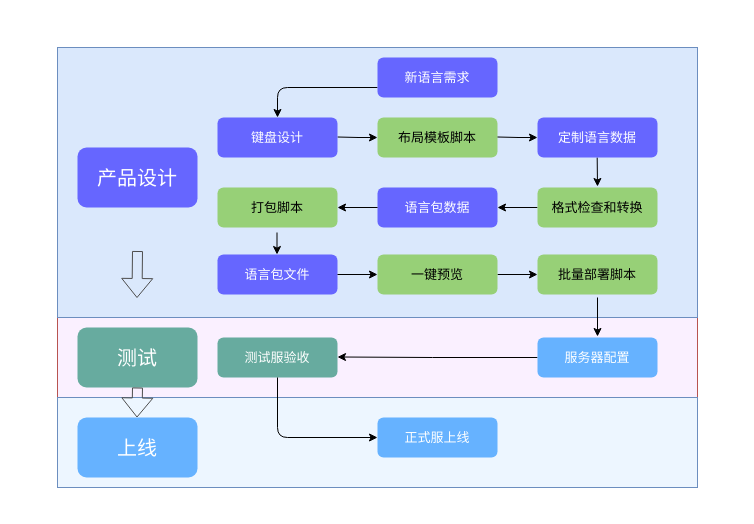
Before: layout-editor/布局编辑器.drawio in chonglv/charts, a draw.io diagram. Source tidied: cells renumbered, new cells numbered last; positions are measured from the earlier drawing's top-left corner, leaving out a move shared by most shapes. Both pictures are drawn from the tidied source at 100%, with x=0, y=0 at pixel (17, 17).
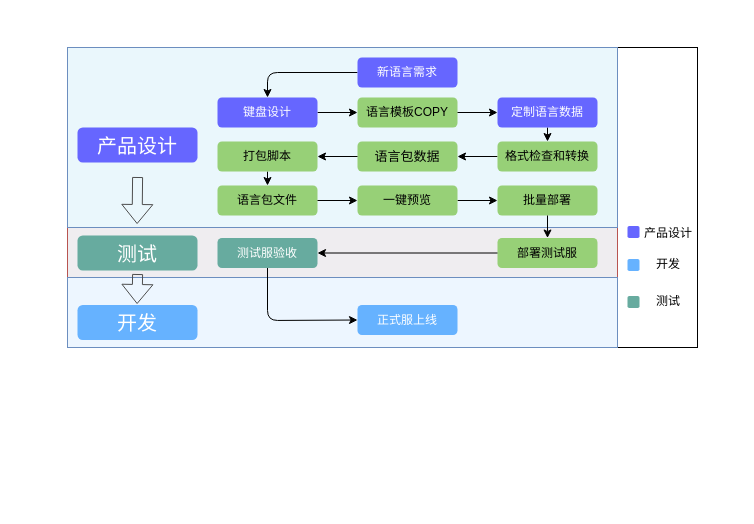
The same diagram, later.

Commit message:
Update 布局编辑器.drawio

Change to the diagram source:
```diff
@@
+    <mxCell id="36" style="rounded=0;whiteSpace=wrap;html=1;fontSize=12;fontColor=#000000;align=center;strokeColor=none;fillColor=none;" parent="1" vertex="1">
+      <mxGeometry x="30" y="10" width="670" height="340" as="geometry" />
+    </mxCell>
     <mxCell id="2" style="rounded=0;whiteSpace=wrap;html=1;shadow=0;gradientColor=none;fontSize=13;fontColor=#FFFFFF;fillColor=none;strokeColor=none;" parent="1" vertex="1">
-      <mxGeometry width="720" height="490" as="geometry" />
+      <mxGeometry x="40" y="20" width="650" height="320" as="geometry" />
     </mxCell>
+    <mxCell id="37" style="rounded=0;whiteSpace=wrap;html=1;" parent="1" vertex="1">
+      <mxGeometry x="600" y="30" width="80" height="300" as="geometry" />
+    </mxCell>
-    <mxCell id="3" style="rounded=0;whiteSpace=wrap;html=1;shadow=0;fontSize=13;strokeColor=#b85450;fillColor=#FAF0FF;" parent="1" vertex="1">
-      <mxGeometry x="40" y="250" width="640" height="130" as="geometry" />
+    <mxCell id="3" style="rounded=0;whiteSpace=wrap;html=1;shadow=0;fontSize=13;strokeColor=#b85450;fillColor=#EFEDF0;" parent="1" vertex="1">
+      <mxGeometry x="50" y="210" width="550" height="50" as="geometry" />
     </mxCell>
-    <mxCell id="4" style="rounded=0;whiteSpace=wrap;html=1;fontSize=13;shadow=0;fillColor=#dae8fc;strokeColor=#6c8ebf;" parent="1" vertex="1">
-      <mxGeometry x="40" y="30" width="640" height="270" as="geometry" />
+    <mxCell id="4" style="rounded=0;whiteSpace=wrap;html=1;fontSize=13;shadow=0;strokeColor=#6c8ebf;fillColor=#EAF7FC;" parent="1" vertex="1">
+      <mxGeometry x="50" y="30" width="550" height="180" as="geometry" />
     </mxCell>
-    <mxCell id="5" style="edgeStyle=orthogonalEdgeStyle;rounded=0;orthogonalLoop=1;jettySize=auto;html=1;" parent="1" edge="1">
-      <mxGeometry relative="1" as="geometry">
-        <mxPoint x="259.5" y="215" as="sourcePoint" />
-        <mxPoint x="259.5" y="237" as="targetPoint" />
-      </mxGeometry>
+    <mxCell id="5" style="edgeStyle=orthogonalEdgeStyle;rounded=0;jettySize=auto;html=1;exitX=0.5;exitY=1;exitDx=0;exitDy=0;entryX=0.5;entryY=0;entryDx=0;entryDy=0;" parent="1" edge="1" source="15" target="18">
+      <mxGeometry relative="1" as="geometry" />
     </mxCell>
-    <mxCell id="6" style="edgeStyle=orthogonalEdgeStyle;rounded=0;jettySize=auto;html=1;entryX=0;entryY=0.5;entryDx=0;entryDy=0;" parent="1" edge="1" target="13">
-      <mxGeometry relative="1" as="geometry">
-        <mxPoint x="320" y="119.5" as="sourcePoint" />
-      </mxGeometry>
+    <mxCell id="6" style="edgeStyle=orthogonalEdgeStyle;rounded=0;jettySize=auto;html=1;entryX=0;entryY=0.5;entryDx=0;entryDy=0;exitX=1;exitY=0.5;exitDx=0;exitDy=0;" parent="1" edge="1" source="12" target="13">
+      <mxGeometry relative="1" as="geometry" />
     </mxCell>
-    <mxCell id="7" style="endArrow=classic;html=1;exitX=0;exitY=0.5;exitDx=0;exitDy=0;entryX=0.5;entryY=0;entryDx=0;entryDy=0;" parent="1" edge="1">
+    <mxCell id="7" style="endArrow=classic;html=1;exitX=0;exitY=0.5;exitDx=0;exitDy=0;entryX=0.5;entryY=0;entryDx=0;entryDy=0;" parent="1" edge="1" source="11" target="12">
       <mxGeometry relative="1" as="geometry">
-        <mxPoint x="360" y="70" as="sourcePoint" />
-        <mxPoint x="260" y="100" as="targetPoint" />
         <Array as="points">
-          <mxPoint x="260" y="70" />
+          <mxPoint x="250" y="55" />
         </Array>
       </mxGeometry>
     </mxCell>
-    <mxCell id="8" style="endArrow=classic;html=1;entryX=1;entryY=0.5;entryDx=0;entryDy=0;" parent="1" edge="1" target="20">
-      <mxGeometry relative="1" as="geometry">
-        <mxPoint x="520" y="190" as="sourcePoint" />
-      </mxGeometry>
+    <mxCell id="8" style="endArrow=classic;html=1;entryX=1;entryY=0.5;entryDx=0;entryDy=0;exitX=0;exitY=0.5;exitDx=0;exitDy=0;" parent="1" edge="1" source="14" target="20">
+      <mxGeometry relative="1" as="geometry" />
     </mxCell>
-    <mxCell id="9" style="endArrow=classic;html=1;" parent="1" edge="1">
-      <mxGeometry relative="1" as="geometry">
-        <mxPoint x="579.7" y="140" as="sourcePoint" />
-        <mxPoint x="580" y="169" as="targetPoint" />
-      </mxGeometry>
+    <mxCell id="9" style="endArrow=classic;html=1;exitX=0.5;exitY=1;exitDx=0;exitDy=0;entryX=0.5;entryY=0;entryDx=0;entryDy=0;" parent="1" edge="1" source="17" target="14">
+      <mxGeometry relative="1" as="geometry" />
     </mxCell>
-    <mxCell id="10" style="endArrow=classic;html=1;exitX=1;exitY=0.5;exitDx=0;exitDy=0;" parent="1" edge="1" source="19">
-      <mxGeometry relative="1" as="geometry">
-        <mxPoint x="520" y="257" as="targetPoint" />
-      </mxGeometry>
+    <mxCell id="10" style="endArrow=classic;html=1;exitX=1;exitY=0.5;exitDx=0;exitDy=0;" parent="1" edge="1" source="19" target="16">
+      <mxGeometry relative="1" as="geometry" />
     </mxCell>
-    <mxCell id="11" value="&lt;span style=&quot;font-size: 13px;&quot;&gt;新语言需求&lt;/span&gt;" style="rounded=1;whiteSpace=wrap;html=1;strokeColor=none;fontSize=13;fontColor=#FFFFFF;fillColor=#6666FF;" parent="1" vertex="1">
-      <mxGeometry x="360" y="40" width="120" height="40" as="geometry" />
+    <mxCell id="11" value="&lt;span style=&quot;font-size: 12px;&quot;&gt;新语言需求&lt;/span&gt;" style="rounded=1;whiteSpace=wrap;html=1;strokeColor=none;fontSize=12;fontColor=#FFFFFF;fillColor=#6666FF;" parent="1" vertex="1">
+      <mxGeometry x="340" y="40" width="100" height="30" as="geometry" />
     </mxCell>
-    <mxCell id="12" value="键盘设计" style="rounded=1;whiteSpace=wrap;html=1;fillColor=#6666FF;fontColor=#FFFFFF;strokeColor=none;fontSize=13;" parent="1" vertex="1">
-      <mxGeometry x="200" y="100" width="120" height="40" as="geometry" />
+    <mxCell id="12" value="键盘设计" style="rounded=1;whiteSpace=wrap;html=1;fillColor=#6666FF;fontColor=#FFFFFF;strokeColor=none;fontSize=12;" parent="1" vertex="1">
+      <mxGeometry x="200" y="80" width="100" height="30" as="geometry" />
     </mxCell>
-    <mxCell id="13" value="布局模板脚本" style="rounded=1;whiteSpace=wrap;html=1;fillColor=#97D077;strokeColor=none;fontSize=13;" parent="1" vertex="1">
-      <mxGeometry x="360" y="100" width="120" height="40" as="geometry" />
+    <mxCell id="13" value="语言模板COPY" style="rounded=1;whiteSpace=wrap;html=1;fillColor=#97D077;strokeColor=none;fontSize=12;" parent="1" vertex="1">
+      <mxGeometry x="340" y="80" width="100" height="30" as="geometry" />
     </mxCell>
-    <mxCell id="14" value="格式检查和转换" style="rounded=1;whiteSpace=wrap;html=1;fillColor=#97D077;strokeColor=none;fontSize=13;" parent="1" vertex="1">
-      <mxGeometry x="520" y="170" width="120" height="40" as="geometry" />
+    <mxCell id="14" value="格式检查和转换" style="rounded=1;whiteSpace=wrap;html=1;fillColor=#97D077;strokeColor=none;fontSize=12;" parent="1" vertex="1">
+      <mxGeometry x="480" y="124" width="100" height="30" as="geometry" />
     </mxCell>
-    <mxCell id="15" value="打包脚本" style="rounded=1;whiteSpace=wrap;html=1;fillColor=#97D077;strokeColor=none;fontSize=13;" parent="1" vertex="1">
-      <mxGeometry x="200" y="170" width="120" height="40" as="geometry" />
+    <mxCell id="15" value="打包脚本" style="rounded=1;whiteSpace=wrap;html=1;fillColor=#97D077;strokeColor=none;fontSize=12;" parent="1" vertex="1">
+      <mxGeometry x="200" y="124" width="100" height="30" as="geometry" />
     </mxCell>
-    <mxCell id="16" value="批量部署脚本" style="rounded=1;whiteSpace=wrap;html=1;fillColor=#97D077;strokeColor=none;fontSize=13;" parent="1" vertex="1">
-      <mxGeometry x="520" y="237" width="120" height="40" as="geometry" />
+    <mxCell id="16" value="批量部署" style="rounded=1;whiteSpace=wrap;html=1;fillColor=#97D077;strokeColor=none;fontSize=12;" parent="1" vertex="1">
+      <mxGeometry x="480" y="168" width="100" height="30" as="geometry" />
     </mxCell>
-    <mxCell id="17" value="定制语言数据" style="rounded=1;whiteSpace=wrap;html=1;strokeColor=none;fillColor=#6666FF;fontColor=#FFFFFF;fontSize=13;" parent="1" vertex="1">
-      <mxGeometry x="520" y="100" width="120" height="40" as="geometry" />
+    <mxCell id="17" value="定制语言数据" style="rounded=1;whiteSpace=wrap;html=1;strokeColor=none;fillColor=#6666FF;fontColor=#FFFFFF;fontSize=12;" parent="1" vertex="1">
+      <mxGeometry x="480" y="80" width="100" height="30" as="geometry" />
     </mxCell>
-    <mxCell id="18" value="语言包文件" style="rounded=1;whiteSpace=wrap;html=1;fillColor=#6666FF;strokeColor=none;fontColor=#FFFFFF;fontSize=13;" parent="1" vertex="1">
-      <mxGeometry x="200" y="237" width="120" height="40" as="geometry" />
+    <mxCell id="18" value="语言包文件" style="rounded=1;whiteSpace=wrap;html=1;strokeColor=none;fontSize=12;fillColor=#97D077;" parent="1" vertex="1">
+      <mxGeometry x="200" y="168" width="100" height="30" as="geometry" />
     </mxCell>
-    <mxCell id="19" value="一键预览" style="rounded=1;whiteSpace=wrap;html=1;fillColor=#97D077;strokeColor=none;fontSize=13;" parent="1" vertex="1">
-      <mxGeometry x="360" y="237" width="120" height="40" as="geometry" />
+    <mxCell id="19" value="一键预览" style="rounded=1;whiteSpace=wrap;html=1;fillColor=#97D077;strokeColor=none;fontSize=12;" parent="1" vertex="1">
+      <mxGeometry x="340" y="168" width="100" height="30" as="geometry" />
     </mxCell>
-    <mxCell id="20" value="语言包数据" style="rounded=1;whiteSpace=wrap;html=1;fontColor=#FFFFFF;strokeColor=none;fillColor=#6666FF;fontSize=13;" parent="1" vertex="1">
-      <mxGeometry x="360" y="170" width="120" height="40" as="geometry" />
+    <mxCell id="20" value="语言包数据" style="rounded=1;whiteSpace=wrap;html=1;strokeColor=none;fontSize=13;fillColor=#97D077;" parent="1" vertex="1">
+      <mxGeometry x="340" y="124" width="100" height="30" as="geometry" />
     </mxCell>
     <mxCell id="21" value="&lt;font style=&quot;font-size: 20px&quot;&gt;产品设计&lt;/font&gt;" style="rounded=1;whiteSpace=wrap;html=1;fontColor=#ffffff;fillColor=#6666FF;strokeColor=none;" parent="1" vertex="1">
-      <mxGeometry x="60" y="130" width="120" height="60" as="geometry" />
+      <mxGeometry x="60" y="110" width="120" height="35" as="geometry" />
     </mxCell>
-    <mxCell id="22" style="edgeStyle=orthogonalEdgeStyle;rounded=0;jettySize=auto;html=1;entryX=0;entryY=0.5;entryDx=0;entryDy=0;" parent="1" edge="1" target="17">
-      <mxGeometry relative="1" as="geometry">
-        <mxPoint x="480" y="119.5" as="sourcePoint" />
-      </mxGeometry>
-    </mxCell>
-    <mxCell id="23" style="endArrow=classic;html=1;entryX=1;entryY=0.5;entryDx=0;entryDy=0;" parent="1" edge="1">
-      <mxGeometry relative="1" as="geometry">
-        <mxPoint x="360" y="190" as="sourcePoint" />
-        <mxPoint x="320" y="190" as="targetPoint" />
-      </mxGeometry>
+    <mxCell id="23" style="endArrow=classic;html=1;entryX=1;entryY=0.5;entryDx=0;entryDy=0;exitX=0;exitY=0.5;exitDx=0;exitDy=0;" parent="1" edge="1" source="20" target="15">
+      <mxGeometry relative="1" as="geometry" />
     </mxCell>
@@
-    <mxCell id="25" style="edgeStyle=orthogonalEdgeStyle;rounded=0;jettySize=auto;html=1;exitX=0;exitY=0.5;exitDx=0;exitDy=0;" parent="1" edge="1" source="27">
-      <mxGeometry relative="1" as="geometry">
-        <mxPoint x="320" y="339.5" as="targetPoint" />
-        <Array as="points">
-          <mxPoint x="415" y="340" />
-        </Array>
-      </mxGeometry>
-    </mxCell>
-    <mxCell id="26" style="endArrow=classic;html=1;" parent="1" edge="1">
-      <mxGeometry relative="1" as="geometry">
-        <mxPoint x="580" y="280" as="sourcePoint" />
-        <mxPoint x="580" y="319" as="targetPoint" />
-      </mxGeometry>
+    <mxCell id="26" style="endArrow=classic;html=1;exitX=0.5;exitY=1;exitDx=0;exitDy=0;entryX=0.5;entryY=0;entryDx=0;entryDy=0;" parent="1" edge="1" source="16" target="27">
+      <mxGeometry relative="1" as="geometry" />
     </mxCell>
-    <mxCell id="27" value="服务器配置" style="rounded=1;whiteSpace=wrap;html=1;fontSize=13;strokeColor=none;fillColor=#66B2FF;fontColor=#FFFFFF;" parent="1" vertex="1">
-      <mxGeometry x="520" y="320" width="120" height="40" as="geometry" />
+    <mxCell id="27" value="部署测试服" style="rounded=1;whiteSpace=wrap;html=1;fontSize=12;strokeColor=none;fillColor=#97D077;" parent="1" vertex="1">
+      <mxGeometry x="480" y="220.5" width="100" height="30" as="geometry" />
     </mxCell>
-    <mxCell id="28" value="测试服验收" style="rounded=1;whiteSpace=wrap;html=1;strokeColor=none;fontColor=#FFFFFF;fontSize=13;fillColor=#67AB9F;" parent="1" vertex="1">
-      <mxGeometry x="200" y="320" width="120" height="40" as="geometry" />
+    <mxCell id="28" value="测试服验收" style="rounded=1;whiteSpace=wrap;html=1;strokeColor=none;fontColor=#FFFFFF;fontSize=12;fillColor=#67AB9F;" parent="1" vertex="1">
+      <mxGeometry x="200" y="220.5" width="100" height="30" as="geometry" />
     </mxCell>
     <mxCell id="29" value="&lt;font style=&quot;font-size: 20px&quot;&gt;测试&lt;/font&gt;" style="rounded=1;whiteSpace=wrap;html=1;fontColor=#ffffff;strokeColor=none;fillColor=#67AB9F;" parent="1" vertex="1">
-      <mxGeometry x="60" y="310" width="120" height="60" as="geometry" />
+      <mxGeometry x="60" y="218" width="120" height="35" as="geometry" />
     </mxCell>
     <mxCell id="30" style="rounded=0;whiteSpace=wrap;html=1;shadow=0;strokeColor=#6c8ebf;fontSize=13;fillColor=#EDF6FF;" parent="1" vertex="1">
-      <mxGeometry x="40" y="380" width="640" height="90" as="geometry" />
+      <mxGeometry x="50" y="260" width="550" height="70" as="geometry" />
     </mxCell>
-    <mxCell id="31" style="endArrow=classic;html=1;exitX=0.5;exitY=1;exitDx=0;exitDy=0;entryX=0;entryY=0.5;entryDx=0;entryDy=0;" parent="1" edge="1" target="32">
+    <mxCell id="31" style="endArrow=classic;html=1;exitX=0.5;exitY=1;exitDx=0;exitDy=0;entryX=0;entryY=0.5;entryDx=0;entryDy=0;" parent="1" edge="1" source="28" target="32">
       <mxGeometry relative="1" as="geometry">
-        <mxPoint x="260" y="360" as="sourcePoint" />
         <Array as="points">
-          <mxPoint x="260" y="420" />
+          <mxPoint x="250" y="303" />
         </Array>
       </mxGeometry>
     </mxCell>
-    <mxCell id="32" value="正式服上线" style="rounded=1;whiteSpace=wrap;html=1;strokeColor=none;fontColor=#FFFFFF;fontSize=13;fillColor=#66B2FF;" parent="1" vertex="1">
-      <mxGeometry x="360" y="400" width="120" height="40" as="geometry" />
+    <mxCell id="32" value="正式服上线" style="rounded=1;whiteSpace=wrap;html=1;strokeColor=none;fontColor=#FFFFFF;fontSize=12;fillColor=#66B2FF;" parent="1" vertex="1">
+      <mxGeometry x="340" y="287.5" width="100" height="30" as="geometry" />
     </mxCell>
-    <mxCell id="33" value="&lt;font style=&quot;font-size: 20px&quot;&gt;上线&lt;/font&gt;" style="rounded=1;whiteSpace=wrap;html=1;fontColor=#ffffff;strokeColor=none;fillColor=#66B2FF;" parent="1" vertex="1">
-      <mxGeometry x="60" y="400" width="120" height="60" as="geometry" />
+    <mxCell id="33" value="&lt;span style=&quot;font-size: 20px&quot;&gt;开发&lt;/span&gt;" style="rounded=1;whiteSpace=wrap;html=1;fontColor=#ffffff;strokeColor=none;fillColor=#66B2FF;" parent="1" vertex="1">
+      <mxGeometry x="60" y="287.5" width="120" height="35" as="geometry" />
     </mxCell>
     <mxCell id="34" style="shape=flexArrow;endArrow=classic;html=1;fontColor=#CCCCCC;strokeColor=#4D4D4D;" parent="1" edge="1">
       <mxGeometry relative="1" as="geometry">
-        <mxPoint x="120" y="233.5" as="sourcePoint" />
-        <mxPoint x="119.5" y="280.5" as="targetPoint" />
+        <mxPoint x="120.1" y="159.5" as="sourcePoint" />
+        <mxPoint x="119.6" y="206.5" as="targetPoint" />
       </mxGeometry>
     </mxCell>
     <mxCell id="35" style="shape=flexArrow;endArrow=classic;html=1;fontColor=#CCCCCC;strokeColor=#4D4D4D;" parent="1" edge="1">
       <mxGeometry relative="1" as="geometry">
-        <mxPoint x="120" y="370" as="sourcePoint" />
-        <mxPoint x="119.5" y="400" as="targetPoint" />
+        <mxPoint x="120.1" y="256.5" as="sourcePoint" />
+        <mxPoint x="119.6" y="286.5" as="targetPoint" />
       </mxGeometry>
     </mxCell>
+    <mxCell id="38" style="rounded=1;whiteSpace=wrap;html=1;strokeColor=none;fillColor=#6666FF;" parent="1" vertex="1">
+      <mxGeometry x="610" y="208.5" width="12" height="12" as="geometry" />
+    </mxCell>
+    <mxCell id="39" style="rounded=1;whiteSpace=wrap;html=1;strokeColor=none;fillColor=#66B2FF;" parent="1" vertex="1">
+      <mxGeometry x="610" y="241.5" width="12" height="12" as="geometry" />
+    </mxCell>
+    <mxCell id="40" style="rounded=1;whiteSpace=wrap;html=1;fillColor=#67AB9F;strokeColor=none;" parent="1" vertex="1">
+      <mxGeometry x="610" y="278.5" width="12" height="12" as="geometry" />
+    </mxCell>
+    <mxCell id="41" value="产品设计" style="text;html=1;strokeColor=none;fillColor=none;align=center;verticalAlign=middle;whiteSpace=wrap;rounded=0;" parent="1" vertex="1">
+      <mxGeometry x="626" y="207.5" width="50" height="17" as="geometry" />
+    </mxCell>
+    <mxCell id="42" value="开发" style="text;html=1;strokeColor=none;fillColor=none;align=center;verticalAlign=middle;whiteSpace=wrap;rounded=0;" parent="1" vertex="1">
+      <mxGeometry x="631" y="236.5" width="40" height="20" as="geometry" />
+    </mxCell>
+    <mxCell id="43" value="测试" style="text;html=1;strokeColor=none;fillColor=none;align=center;verticalAlign=middle;whiteSpace=wrap;rounded=0;" parent="1" vertex="1">
+      <mxGeometry x="631" y="273.5" width="40" height="20" as="geometry" />
+    </mxCell>
+    <mxCell id="44" style="endArrow=classic;html=1;exitX=1;exitY=0.5;exitDx=0;exitDy=0;entryX=0;entryY=0.5;entryDx=0;entryDy=0;" parent="1" edge="1" source="13" target="17">
+      <mxGeometry relative="1" as="geometry" />
+    </mxCell>
+    <mxCell id="45" style="endArrow=classic;html=1;entryX=1;entryY=0.5;entryDx=0;entryDy=0;exitX=0;exitY=0.5;exitDx=0;exitDy=0;" parent="1" edge="1" source="27" target="28">
+      <mxGeometry relative="1" as="geometry" />
+    </mxCell>
```
